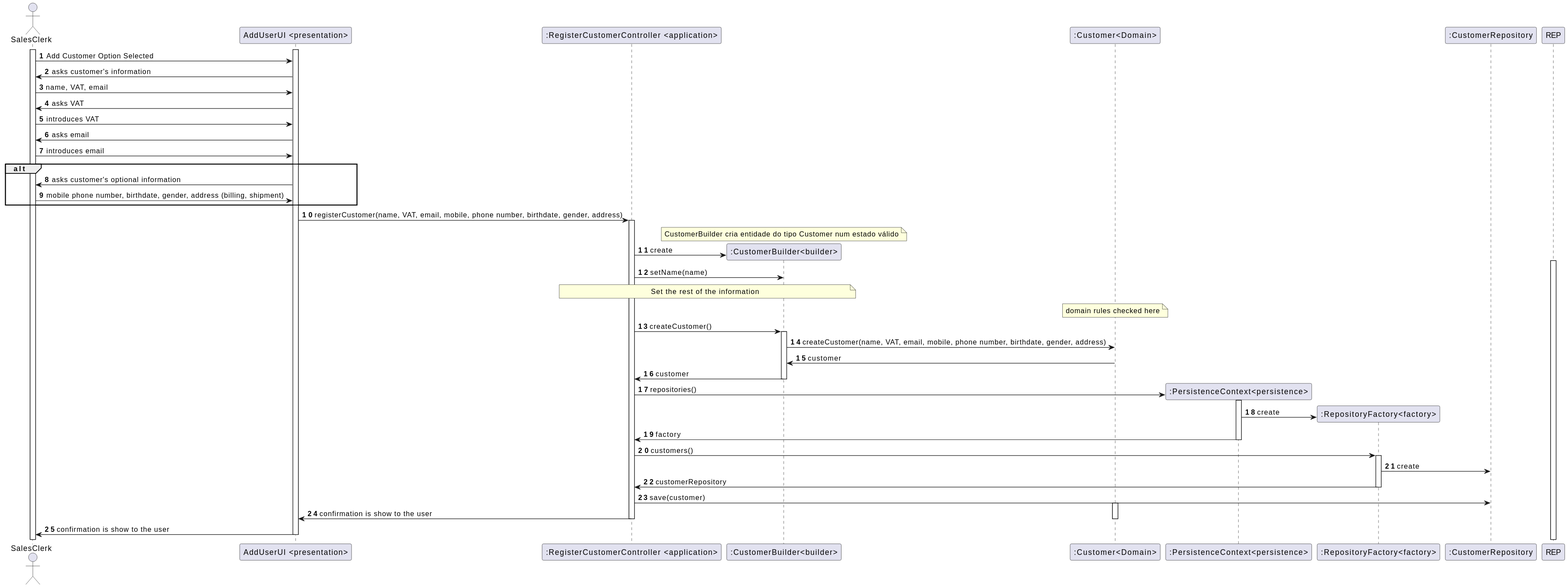
Earlier version of the PlantUML export docs/1201568/US1003/Diagramas/SD.svg (RuiRioPina/LAPR4-21-22).
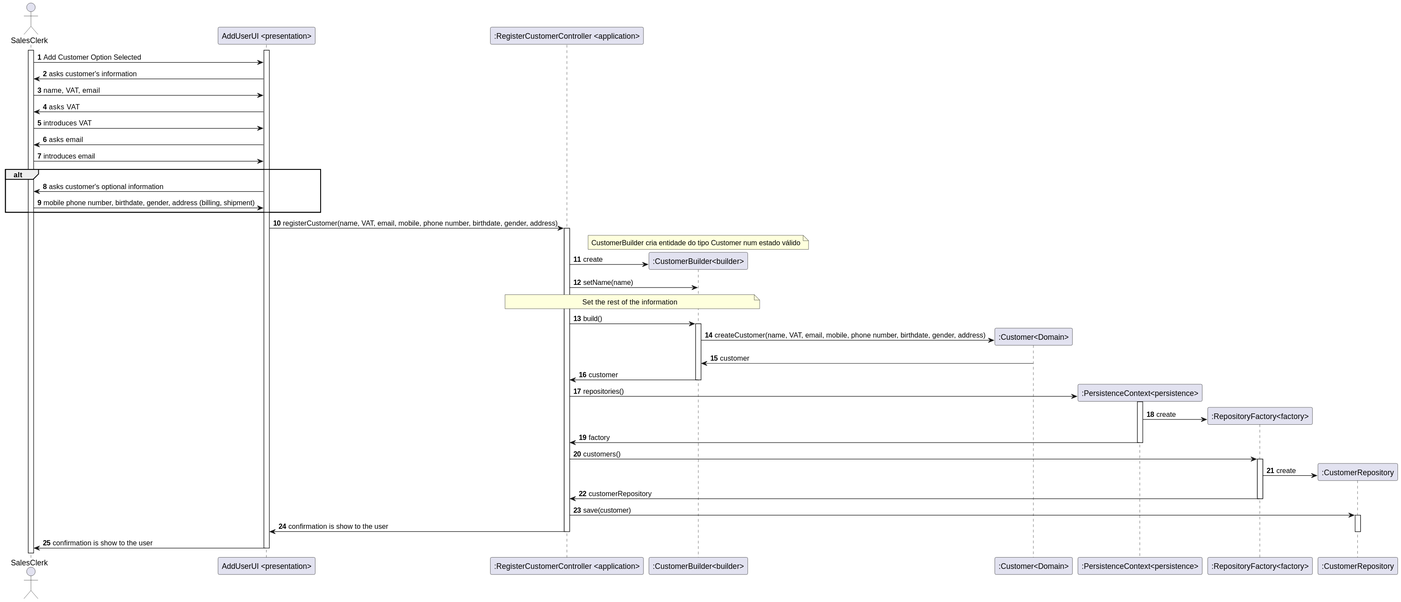
After the commit.

Commit message:
#12 [US1003] [Testing] Changed the name in a method from createCustomer() to build(), since it is a method by the Builder.

Diff of the diagram source:
```diff
@@ -38,17 +38,14 @@
 note over CSB: CustomerBuilder cria entidade do tipo Customer num estado válido
 activate CTRL
 CTRL-> CSB **: create
-activate REP
-deactivate REP
 
 CTRL-> CSB: setName(name)
 
 
 note over CTRL, CSB:Set the  rest of the information
-note over CUS: domain rules checked here
-CTRL-> CSB: createCustomer()
+CTRL-> CSB: build()
 activate CSB
-CSB -> CUS : createCustomer(name, VAT, email, mobile, phone number, birthdate, gender, address)
+CSB -> CUS** : createCustomer(name, VAT, email, mobile, phone number, birthdate, gender, address)
 CUS -> CSB: customer
 
 CSB -> CTRL: customer
@@ -62,17 +59,17 @@
 
 CTRL-> RF: customers()
 activate RF
-RF->CR: create
+RF->CR**: create
 
 RF->CTRL: customerRepository
 deactivate RF
 CTRL->CR: save(customer)
 
 deactivate PC
-activate CUS
+activate CR
 
 CTRL -> SYS: confirmation is show to the user
-deactivate CUS
+deactivate CR
 deactivate CTRL
 
 SYS-> SC: confirmation is show to the user
```
